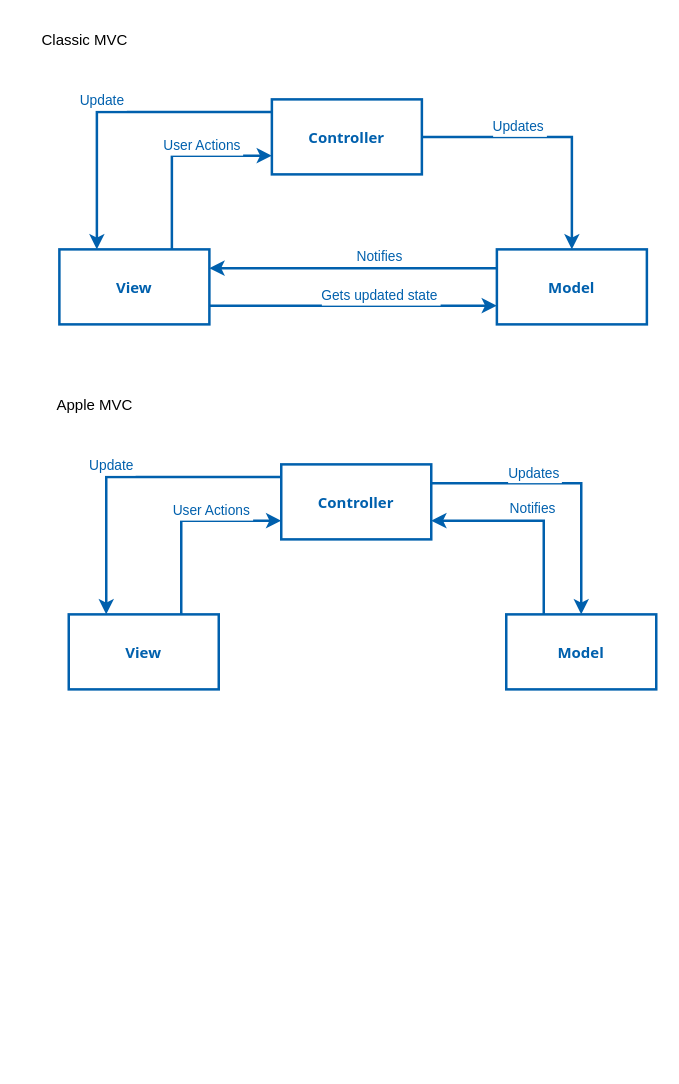
artur-gurgul-pro/artur-gurgul-pro.github.io keeps this draw.io diagram as assets/drawings.drawio. Above is the earlier version. Source tidied: cells renumbered, new cells numbered last; positions are measured from the earlier drawing's top-left corner, leaving out a move shared by most shapes. Both pictures are drawn from the tidied source at 125%, with x=0, y=0 at pixel (28, 21).
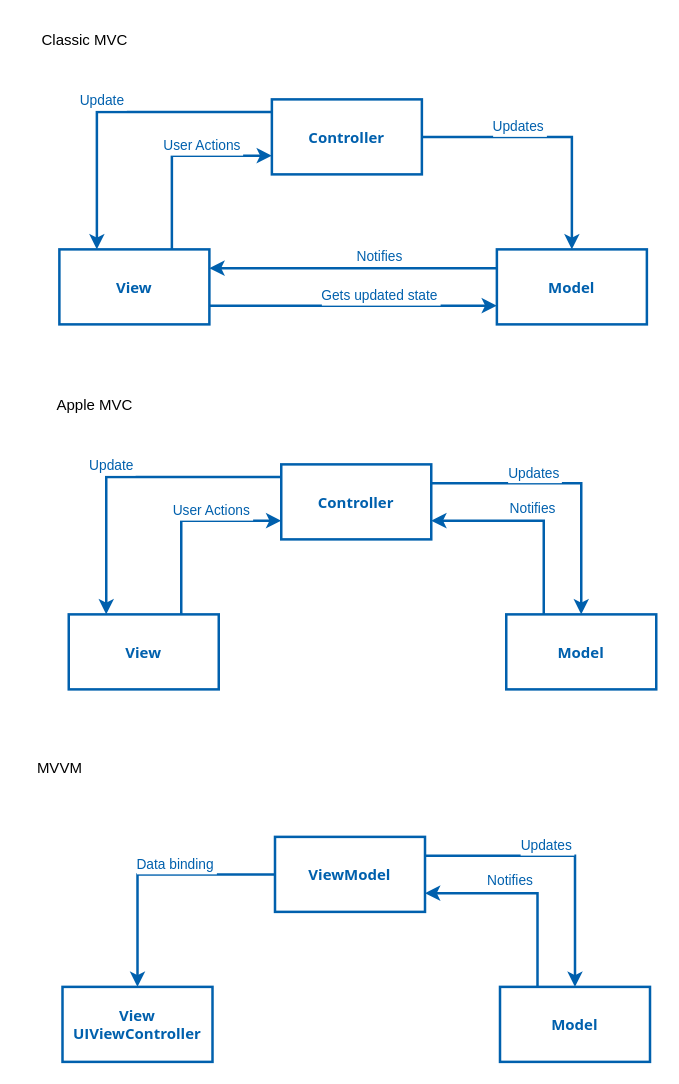
Above is the later version.

What changed in the source:
```diff
@@
+    <mxCell id="28" style="edgeStyle=orthogonalEdgeStyle;rounded=0;jettySize=auto;entryX=0.5;entryY=0;entryDx=0;entryDy=0;fontColor=#0060ad;strokeColor=#0060ad;strokeWidth=2;fontStyle=1;align=center;labelPosition=center;verticalLabelPosition=middle;verticalAlign=middle;" parent="1" edge="1" source="32" target="33">
+      <mxGeometry relative="1" as="geometry">
+        <Array as="points">
+          <mxPoint x="88" y="682" />
+        </Array>
+      </mxGeometry>
+    </mxCell>
+    <mxCell id="29" value="Data binding" style="edgeLabel;align=center;verticalAlign=bottom;fontColor=#0060AD;horizontal=1;labelPosition=center;verticalLabelPosition=middle;" parent="28" vertex="1">
+      <mxGeometry x="0.09" y="-1" relative="1" as="geometry">
+        <mxPoint x="29" y="1" as="offset" />
+      </mxGeometry>
+    </mxCell>
+    <mxCell id="30" style="edgeStyle=orthogonalEdgeStyle;rounded=0;jettySize=auto;entryX=0.5;entryY=0;entryDx=0;entryDy=0;fontColor=#0060AD;fontStyle=1;strokeWidth=2;strokeColor=#0060AD;exitX=1;exitY=0.25;exitDx=0;exitDy=0;" parent="1" edge="1" source="32" target="36">
+      <mxGeometry relative="1" as="geometry" />
+    </mxCell>
+    <mxCell id="31" value="Updates" style="edgeLabel;align=center;verticalAlign=bottom;fontColor=#0060AD;horizontal=1;labelPosition=center;verticalLabelPosition=middle;" parent="30" vertex="1">
+      <mxGeometry x="-0.27" relative="1" as="geometry">
+        <mxPoint x="15" as="offset" />
+      </mxGeometry>
+    </mxCell>
+    <mxCell id="32" value="ViewModel" style="rounded=0;fillColor=none;fontFamily=Open Sans;fontColor=#0060ad;strokeColor=#0060ad;strokeWidth=2;fontStyle=1;" parent="1" vertex="1">
+      <mxGeometry x="197.5" y="652" width="120" height="60" as="geometry" />
+    </mxCell>
+    <mxCell id="33" value="View&#10;UIViewController" style="rounded=0;fontFamily=Open Sans;fillColor=none;fontColor=#0060ad;strokeColor=#0060ad;strokeWidth=2;fontStyle=1;" parent="1" vertex="1">
+      <mxGeometry x="27.5" y="772" width="120" height="60" as="geometry" />
+    </mxCell>
+    <mxCell id="34" style="edgeStyle=orthogonalEdgeStyle;rounded=0;jettySize=auto;exitX=0.25;exitY=0;exitDx=0;exitDy=0;entryX=1;entryY=0.75;entryDx=0;entryDy=0;fontColor=#0060AD;fontStyle=1;strokeColor=#0060AD;strokeWidth=2;" parent="1" edge="1" source="36" target="32">
+      <mxGeometry relative="1" as="geometry" />
+    </mxCell>
+    <mxCell id="35" value="Notifies" style="edgeLabel;align=center;verticalAlign=bottom;fontColor=#0060AD;horizontal=1;labelPosition=center;verticalLabelPosition=middle;spacingBottom=9;spacingLeft=-20;" parent="34" vertex="1">
+      <mxGeometry x="-0.18" y="-1" relative="1" as="geometry">
+        <mxPoint x="-13" as="offset" />
+      </mxGeometry>
+    </mxCell>
+    <mxCell id="36" value="Model" style="rounded=0;fontFamily=Open Sans;fillColor=none;fontColor=#0060ad;strokeColor=#0060ad;strokeWidth=2;fontStyle=1;" parent="1" vertex="1">
+      <mxGeometry x="377.5" y="772" width="120" height="60" as="geometry" />
+    </mxCell>
+    <mxCell id="37" value="MVVM" style="text;html=1;align=center;verticalAlign=middle;strokeColor=none;fillColor=none;" parent="1" vertex="1">
+      <mxGeometry x="-5" y="582" width="60" height="30" as="geometry" />
+    </mxCell>
```
